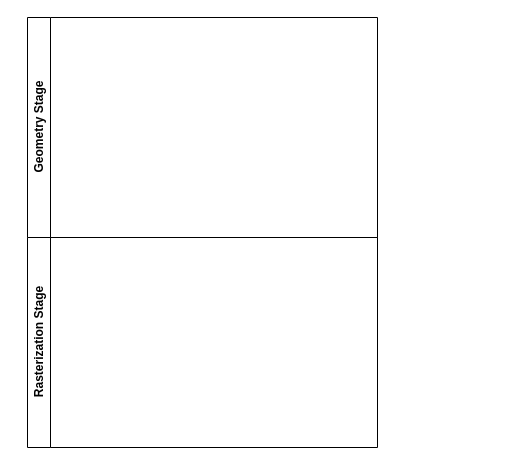
Above: sig18primitiveorder.drawio in spaceboy202105/img (draw.io), before the change. Source tidied: cells renumbered, new cells numbered last; positions are measured from the earlier drawing's top-left corner, leaving out a move shared by most shapes. Both pictures are drawn from the tidied source at 100%, with x=0, y=0 at pixel (27, 17).
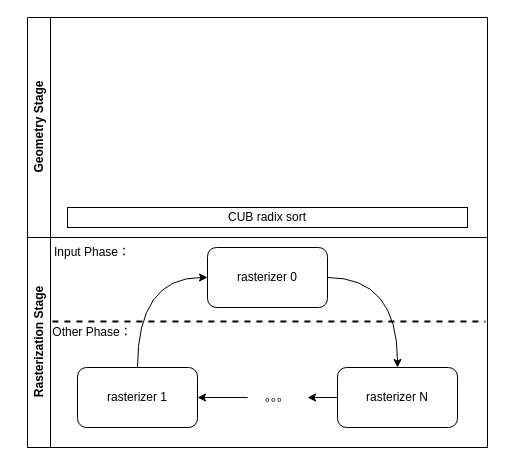
The same page after the edit.

Change to the diagram source:
```diff
@@
 <mxGraphModel>
   <root>
     <mxCell id="0" />
     <mxCell id="1" parent="0" />
+    <mxCell id="4" style="endArrow=none;html=1;rounded=0;exitX=0.002;exitY=0.4;exitDx=0;exitDy=0;exitPerimeter=0;dashed=1;strokeWidth=2;endSize=0;startSize=0;" parent="1" edge="1" source="2">
+      <mxGeometry relative="1" as="geometry">
+        <mxPoint x="458" y="304" as="targetPoint" />
+      </mxGeometry>
+    </mxCell>
     <mxCell id="2" value="Rasterization Stage" style="swimlane;horizontal=0;whiteSpace=wrap;html=1;" parent="1" vertex="1">
-      <mxGeometry y="220" width="350" height="210" as="geometry" />
+      <mxGeometry y="220" width="460" height="210" as="geometry" />
     </mxCell>
+    <mxCell id="5" style="edgeStyle=orthogonalEdgeStyle;rounded=0;jettySize=auto;html=1;entryX=0.5;entryY=0;entryDx=0;entryDy=0;exitX=1;exitY=0.5;exitDx=0;exitDy=0;curved=1;" parent="2" edge="1" source="6" target="10">
+      <mxGeometry relative="1" as="geometry" />
+    </mxCell>
+    <mxCell id="6" value="rasterizer 0" style="rounded=1;whiteSpace=wrap;html=1;" parent="2" vertex="1">
+      <mxGeometry x="180" y="10" width="120" height="60" as="geometry" />
+    </mxCell>
+    <mxCell id="7" style="edgeStyle=orthogonalEdgeStyle;rounded=0;jettySize=auto;html=1;exitX=0.5;exitY=0;exitDx=0;exitDy=0;entryX=0;entryY=0.5;entryDx=0;entryDy=0;curved=1;" parent="2" edge="1" source="8" target="6">
+      <mxGeometry relative="1" as="geometry" />
+    </mxCell>
+    <mxCell id="8" value="rasterizer 1" style="rounded=1;whiteSpace=wrap;html=1;" parent="2" vertex="1">
+      <mxGeometry x="50" y="130" width="120" height="60" as="geometry" />
+    </mxCell>
+    <mxCell id="9" style="edgeStyle=orthogonalEdgeStyle;rounded=0;jettySize=auto;html=1;" parent="2" edge="1" source="10" target="12">
+      <mxGeometry relative="1" as="geometry" />
+    </mxCell>
+    <mxCell id="10" value="rasterizer N" style="rounded=1;whiteSpace=wrap;html=1;" parent="2" vertex="1">
+      <mxGeometry x="310" y="130" width="120" height="60" as="geometry" />
+    </mxCell>
+    <mxCell id="11" style="edgeStyle=orthogonalEdgeStyle;rounded=0;jettySize=auto;html=1;" parent="2" edge="1" source="12" target="8">
+      <mxGeometry relative="1" as="geometry" />
+    </mxCell>
+    <mxCell id="12" value="。。。" style="text;html=1;align=center;verticalAlign=middle;whiteSpace=wrap;rounded=0;" parent="2" vertex="1">
+      <mxGeometry x="220" y="145" width="60" height="30" as="geometry" />
+    </mxCell>
+    <mxCell id="13" value="Input Phase：" style="text;html=1;align=center;verticalAlign=middle;whiteSpace=wrap;rounded=0;" parent="2" vertex="1">
+      <mxGeometry x="-10" width="150" height="30" as="geometry" />
+    </mxCell>
+    <mxCell id="14" value="Other Phase：" style="text;html=1;align=center;verticalAlign=middle;whiteSpace=wrap;rounded=0;" parent="2" vertex="1">
+      <mxGeometry x="-10" y="80" width="150" height="30" as="geometry" />
+    </mxCell>
     <mxCell id="3" value="Geometry Stage" style="swimlane;horizontal=0;whiteSpace=wrap;html=1;" parent="1" vertex="1">
-      <mxGeometry width="350" height="220" as="geometry" />
+      <mxGeometry width="460" height="220" as="geometry" />
     </mxCell>
+    <mxCell id="15" value="CUB radix sort" style="rounded=0;whiteSpace=wrap;html=1;" parent="3" vertex="1">
+      <mxGeometry x="40" y="190" width="400" height="20" as="geometry" />
+    </mxCell>
   </root>
 </mxGraphModel>
```
